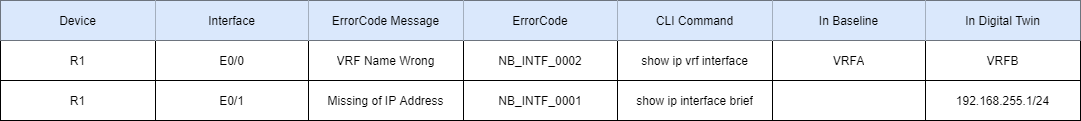
The draw.io diagram Platform Certification Guidance/images/Interface Error Report.png in PlatformCertification/Certification-IEv10.0, before a commit. Source tidied: cells renumbered, new cells last; positions are measured from the earlier drawing's top-left corner, leaving out a move shared by most shapes.
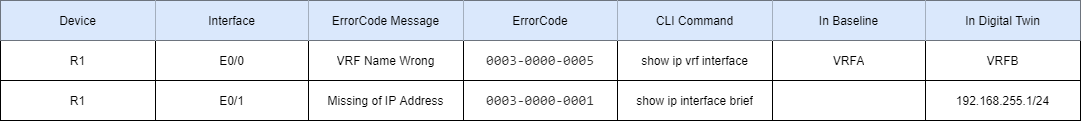
After the commit.

The edit, as a diff of the source:
```diff
@@ -41,7 +41,7 @@
     <mxCell id="14" value="VRF Name Wrong" style="shape=partialRectangle;html=1;whiteSpace=wrap;overflow=hidden;fillColor=none;top=0;left=0;bottom=0;right=0;" parent="11" vertex="1">
       <mxGeometry x="308" width="155" height="40" as="geometry" />
     </mxCell>
-    <mxCell id="15" value="NB_INTF_0002" style="shape=partialRectangle;html=1;whiteSpace=wrap;overflow=hidden;fillColor=none;top=0;left=0;bottom=0;right=0;" parent="11" vertex="1">
+    <mxCell id="15" value="&lt;div style=&quot;color: rgb(51 , 51 , 51) ; font-family: &amp;#34;consolas&amp;#34; , &amp;#34;courier new&amp;#34; , monospace ; font-size: 14px ; line-height: 19px&quot;&gt;&lt;span style=&quot;background-color: rgb(255 , 255 , 255)&quot;&gt;0003-0000-0005&lt;/span&gt;&lt;/div&gt;" style="shape=partialRectangle;html=1;whiteSpace=wrap;overflow=hidden;fillColor=none;top=0;left=0;bottom=0;right=0;" parent="11" vertex="1">
       <mxGeometry x="463" width="154" height="40" as="geometry" />
     </mxCell>
     <mxCell id="16" value="show ip vrf interface" style="shape=partialRectangle;html=1;whiteSpace=wrap;overflow=hidden;fillColor=none;top=0;left=0;bottom=0;right=0;" parent="11" vertex="1">
@@ -65,7 +65,7 @@
     <mxCell id="22" value="Missing of IP Address" style="shape=partialRectangle;html=1;whiteSpace=wrap;overflow=hidden;fillColor=none;top=0;left=0;bottom=0;right=0;" parent="19" vertex="1">
       <mxGeometry x="308" width="155" height="40" as="geometry" />
     </mxCell>
-    <mxCell id="23" value="NB_INTF_0001" style="shape=partialRectangle;html=1;whiteSpace=wrap;overflow=hidden;fillColor=none;top=0;left=0;bottom=0;right=0;" parent="19" vertex="1">
+    <mxCell id="23" value="&lt;div style=&quot;color: rgb(51 , 51 , 51) ; font-family: &amp;#34;consolas&amp;#34; , &amp;#34;courier new&amp;#34; , monospace ; font-size: 14px ; line-height: 19px&quot;&gt;&lt;div style=&quot;font-family: &amp;#34;consolas&amp;#34; , &amp;#34;courier new&amp;#34; , monospace ; line-height: 19px&quot;&gt;&lt;span style=&quot;background-color: rgb(255 , 255 , 255)&quot;&gt;0003-0000-0001&lt;/span&gt;&lt;/div&gt;&lt;/div&gt;" style="shape=partialRectangle;html=1;whiteSpace=wrap;overflow=hidden;fillColor=none;top=0;left=0;bottom=0;right=0;" parent="19" vertex="1">
       <mxGeometry x="463" width="154" height="40" as="geometry" />
     </mxCell>
     <mxCell id="24" value="show ip interface brief" style="shape=partialRectangle;html=1;whiteSpace=wrap;overflow=hidden;fillColor=none;top=0;left=0;bottom=0;right=0;" parent="19" vertex="1">
```
